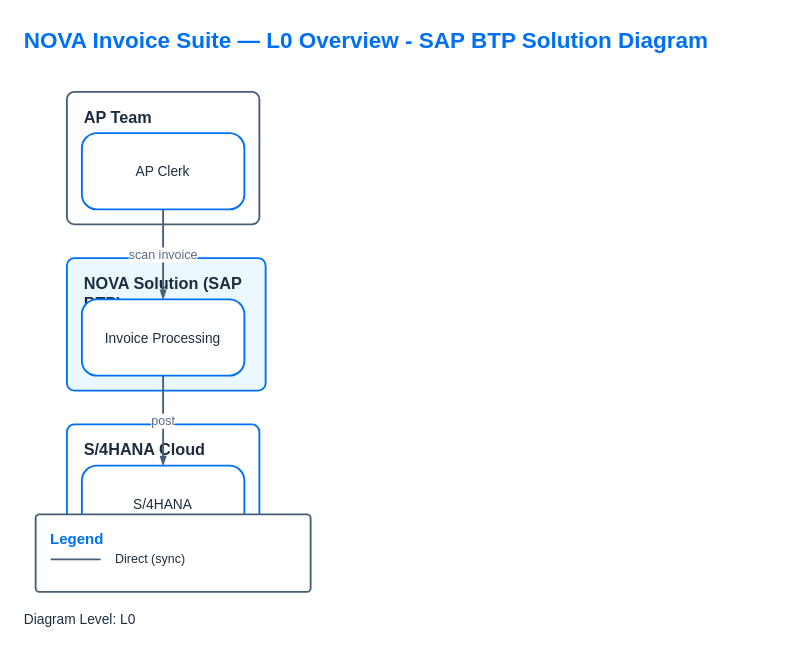
Before: skills/sap-diagram-generate/templates/L0-base.drawio in Raistlin82/sap-diagrams-pro, a draw.io diagram. Source tidied: cells renumbered, new cells numbered last; positions are measured from the earlier drawing's top-left corner, leaving out a move shared by most shapes. Both pictures are drawn from the tidied source at 125%, with x=0, y=0 at pixel (21, 21).
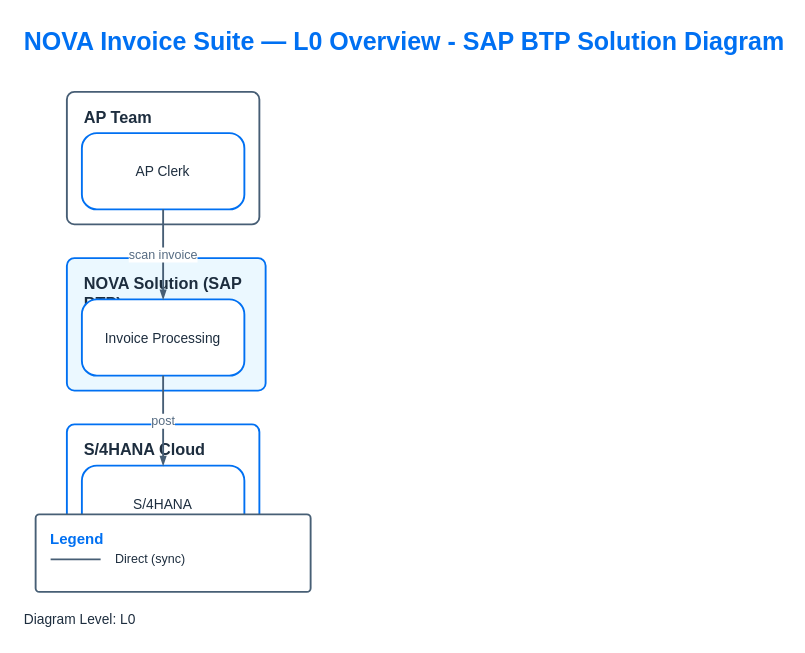
The same diagram, later.

Change to the diagram source:
```diff
@@
 <mxGraphModel>
   <root>
     <mxCell id="0" />
     <mxCell id="1" parent="0" />
-    <mxCell id="2" value="NOVA Invoice Suite — L0 Overview - SAP BTP Solution Diagram" style="text;html=1;align=left;verticalAlign=middle;fontColor=#0070F2;fontSize=18;fontStyle=1;fontFamily=Helvetica;" parent="1" vertex="1">
+    <mxCell id="2" value="NOVA Invoice Suite — L0 Overview - SAP BTP Solution Diagram" style="text;html=1;align=left;verticalAlign=middle;fontColor=#0070F2;fontSize=20;fontStyle=1;fontFamily=72,Helvetica,Arial,sans-serif;" parent="1" vertex="1">
       <mxGeometry width="600" height="30" as="geometry" />
     </mxCell>
     <mxCell id="3" value="Diagram Level: L0" style="text;html=1;align=left;verticalAlign=middle;fontColor=#1D2D3E;fontSize=11;fontFamily=Helvetica;" parent="1" vertex="1">
       <mxGeometry y="468" width="180" height="20" as="geometry" />
     </mxCell>
     <mxCell id="4" value="AP Team" style="rounded=1;whiteSpace=wrap;html=1;strokeColor=#475E75;fillColor=#FFFFFF;arcSize=12;absoluteArcSize=1;strokeWidth=1.5;verticalAlign=top;align=left;fontColor=#1D2D3E;fontStyle=1;fontSize=13;spacingLeft=12;spacingTop=6;" parent="1" vertex="1">
       <mxGeometry x="36" y="56" width="154" height="106" as="geometry" />
     </mxCell>
     <mxCell id="5" value="NOVA Solution (SAP BTP)" style="rounded=1;whiteSpace=wrap;html=1;strokeColor=#0070F2;fillColor=#EBF8FF;arcSize=12;absoluteArcSize=1;strokeWidth=1.5;verticalAlign=top;align=left;fontColor=#1D2D3E;fontStyle=1;fontSize=13;spacingLeft=12;spacingTop=6;" parent="1" vertex="1">
       <mxGeometry x="36" y="189" width="159" height="106" as="geometry" />
     </mxCell>
     <mxCell id="6" value="S/4HANA Cloud" style="rounded=1;whiteSpace=wrap;html=1;strokeColor=#0070F2;fillColor=#FFFFFF;arcSize=12;absoluteArcSize=1;strokeWidth=1.5;verticalAlign=top;align=left;fontColor=#1D2D3E;fontStyle=1;fontSize=13;spacingLeft=12;spacingTop=6;" parent="1" vertex="1">
       <mxGeometry x="36" y="322" width="154" height="106" as="geometry" />
     </mxCell>
     <mxCell id="7" value="AP Clerk" style="rounded=1;whiteSpace=wrap;html=1;strokeColor=#0070F2;fillColor=#FFFFFF;arcSize=24;absoluteArcSize=1;strokeWidth=1.5;fontColor=#1D2D3E;fontSize=11;align=center;verticalAlign=middle;" parent="4" vertex="1">
       <mxGeometry x="12" y="33" width="130" height="61" as="geometry" />
     </mxCell>
     <mxCell id="8" value="Invoice Processing" style="rounded=1;whiteSpace=wrap;html=1;strokeColor=#0070F2;fillColor=#FFFFFF;arcSize=24;absoluteArcSize=1;strokeWidth=1.5;fontColor=#1D2D3E;fontSize=11;align=center;verticalAlign=middle;" parent="5" vertex="1">
       <mxGeometry x="12" y="33" width="130" height="61" as="geometry" />
     </mxCell>
     <mxCell id="9" value="S/4HANA" style="rounded=1;whiteSpace=wrap;html=1;strokeColor=#0070F2;fillColor=#FFFFFF;arcSize=24;absoluteArcSize=1;strokeWidth=1.5;fontColor=#1D2D3E;fontSize=11;align=center;verticalAlign=middle;" parent="6" vertex="1">
       <mxGeometry x="12" y="33" width="130" height="61" as="geometry" />
     </mxCell>
     <mxCell id="10" value="scan invoice" style="edgeStyle=orthogonalEdgeStyle;rounded=0;jettySize=auto;html=1;endArrow=blockThin;endFill=1;endSize=4;startSize=4;strokeColor=#475E75;strokeWidth=1.5;startArrow=none;dashed=0;fontSize=10;fontColor=#556B82;labelBackgroundColor=#FFFFFF;labelBorderColor=none;verticalAlign=middle;align=center;exitX=0.5;exitY=1.0;exitDx=0;exitDy=0;entryX=0.5;entryY=0.0;entryDx=0;entryDy=0;" parent="1" edge="1" source="7" target="8">
       <mxGeometry relative="1" as="geometry">
         <Array as="points">
           <mxPoint x="113" y="162" />
           <mxPoint x="113" y="167" />
           <mxPoint x="113" y="172" />
         </Array>
       </mxGeometry>
     </mxCell>
     <mxCell id="11" value="post" style="edgeStyle=orthogonalEdgeStyle;rounded=0;jettySize=auto;html=1;endArrow=blockThin;endFill=1;endSize=4;startSize=4;strokeColor=#475E75;strokeWidth=1.5;startArrow=none;dashed=0;fontSize=10;fontColor=#556B82;labelBackgroundColor=#FFFFFF;labelBorderColor=none;verticalAlign=middle;align=center;exitX=0.5;exitY=1.0;exitDx=0;exitDy=0;entryX=0.5;entryY=0.0;entryDx=0;entryDy=0;" parent="1" edge="1" source="8" target="9">
       <mxGeometry relative="1" as="geometry">
         <Array as="points">
           <mxPoint x="113" y="295" />
           <mxPoint x="113" y="300" />
           <mxPoint x="113" y="305" />
         </Array>
       </mxGeometry>
     </mxCell>
     <mxCell id="12" value="Legend" style="rounded=1;whiteSpace=wrap;html=1;arcSize=6;absoluteArcSize=1;strokeColor=#475F75;fillColor=#FFFFFF;strokeWidth=1.5;fontColor=#0070F2;fontSize=12;fontStyle=1;verticalAlign=top;align=left;spacingLeft=10;spacingTop=6;" parent="1" vertex="1">
       <mxGeometry x="11" y="394" width="220" height="62" as="geometry" />
     </mxCell>
     <mxCell id="13" style="endArrow=none;strokeColor=#475E75;strokeWidth=1.5;dashed=0;" parent="12" edge="1">
       <mxGeometry relative="1" as="geometry">
         <mxPoint x="12" y="36" as="sourcePoint" />
         <mxPoint x="52" y="36" as="targetPoint" />
       </mxGeometry>
     </mxCell>
     <mxCell id="14" value="Direct (sync)" style="text;html=1;align=left;verticalAlign=middle;fontColor=#1D2D3E;fontSize=10;" parent="12" vertex="1">
       <mxGeometry x="62" y="27" width="150" height="16" as="geometry" />
     </mxCell>
   </root>
 </mxGraphModel>
```
